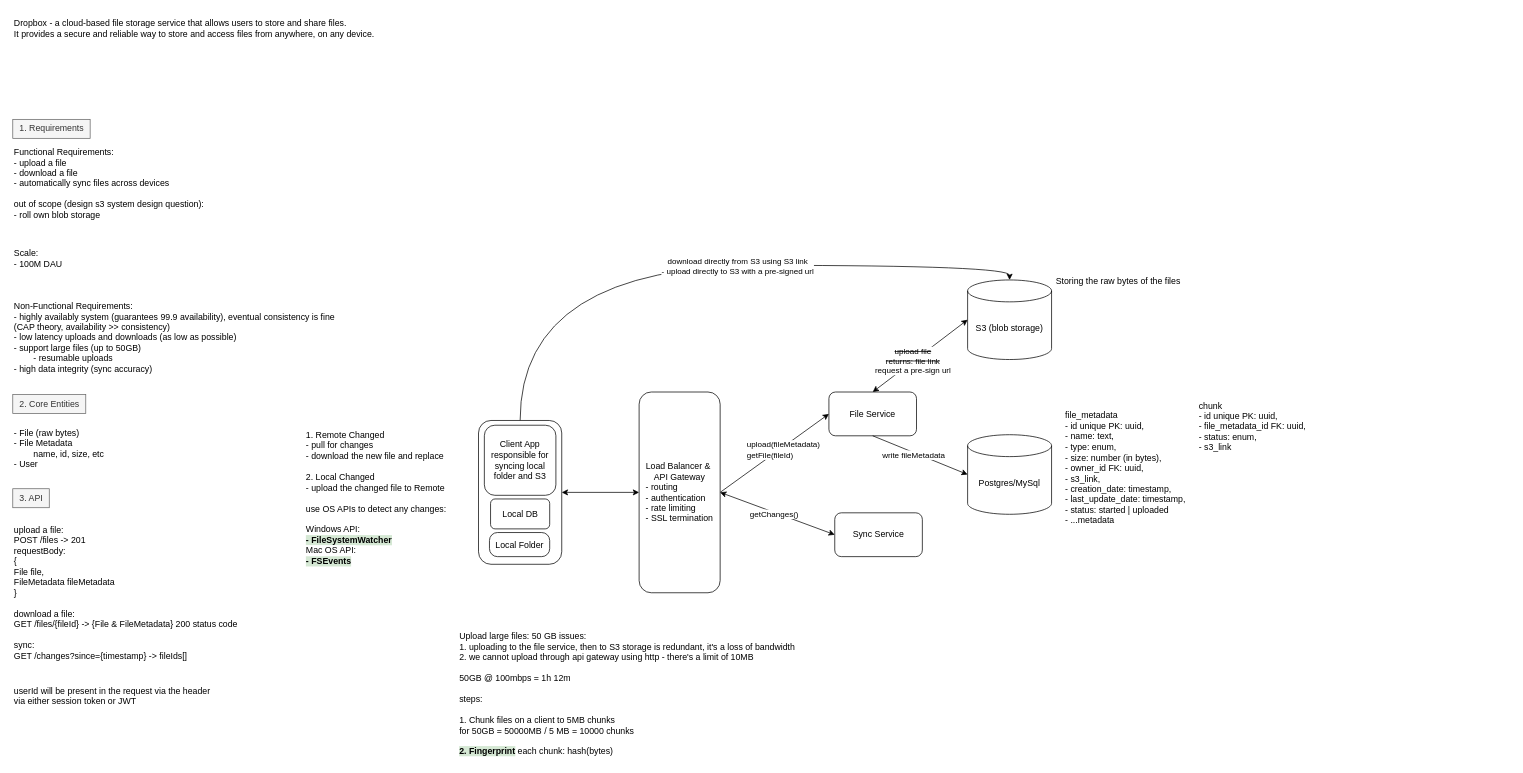
Above: page "dropbox" (3 of 3) of system_design.drawio in lacrimae/system_design_practice (draw.io), before the change. Source tidied: cells renumbered, new cells numbered last; positions are measured from the earlier drawing's top-left corner, leaving out a move shared by most shapes. Both pictures are drawn from the tidied source at 73%, with x=0, y=0 at pixel (12, 12).
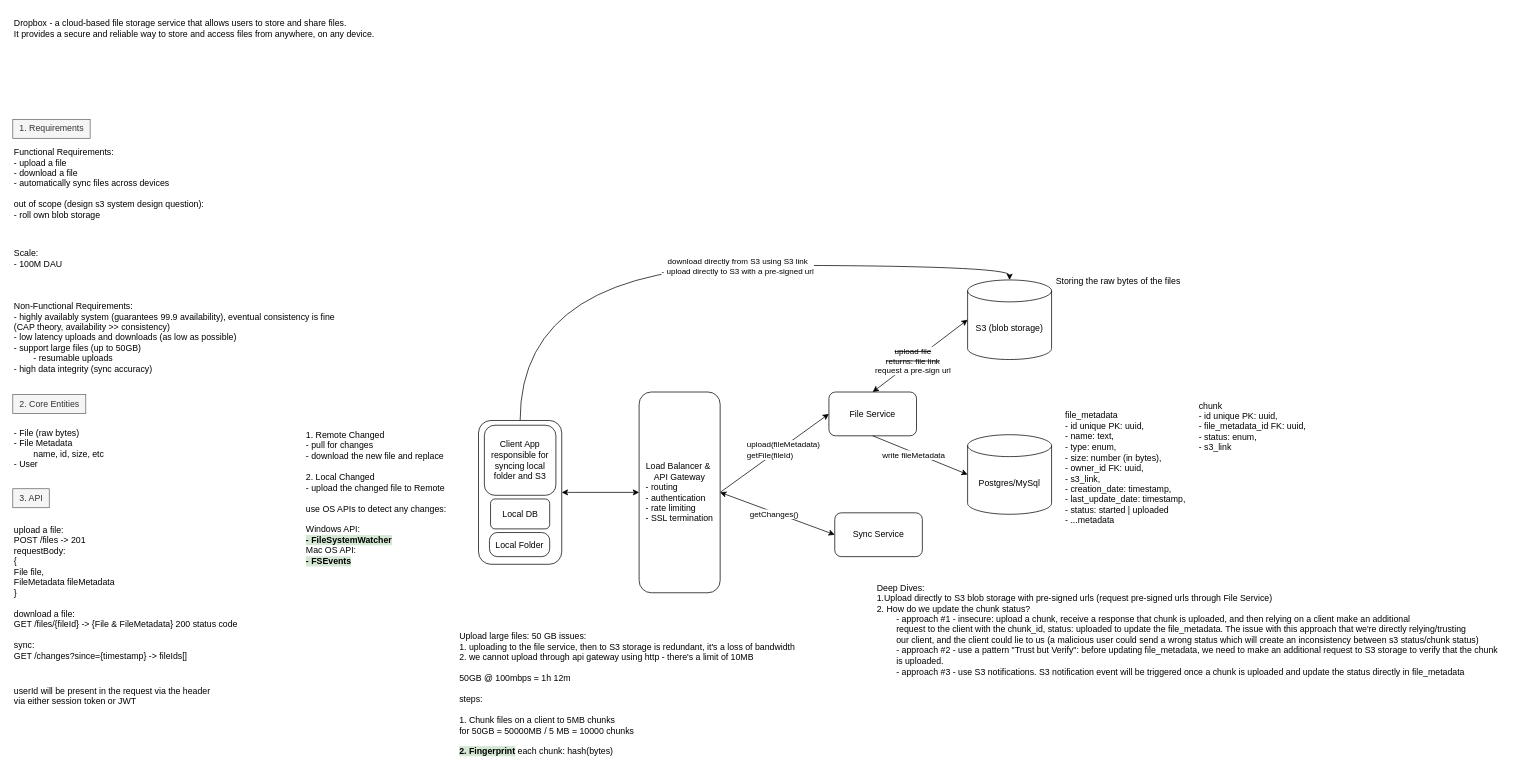
The same diagram, later.

Change to the diagram source:
```diff
@@
+    <mxCell id="37" value="Deep Dives:&lt;div&gt;1.Upload directly to S3 blob storage with pre-signed urls (request pre-signed urls through File Service)&lt;/div&gt;&lt;div&gt;2. How do we update the chunk status?&amp;nbsp;&lt;br&gt;&lt;span style=&quot;white-space: pre;&quot;&gt;&#9;&lt;/span&gt;- approach #1 - insecure: upload a chunk, receive a response that chunk is uploaded, and then relying on a client make an additional&lt;/div&gt;&lt;div&gt;&lt;span style=&quot;white-space: pre;&quot;&gt;&#9;&lt;/span&gt;request to the client with the chunk_id, status: uploaded to update the file_metadata. The issue with this approach that we're directly relying/trusting&lt;br&gt;&lt;/div&gt;&lt;div&gt;&lt;span style=&quot;white-space: pre;&quot;&gt;&#9;&lt;/span&gt;our client, and the client could lie to us (a malicious user could send a wrong status which will create an inconsistency between s3 status/chunk status)&lt;br&gt;&lt;/div&gt;&lt;div&gt;&lt;span style=&quot;white-space: pre;&quot;&gt;&#9;&lt;/span&gt;- approach #2 - use a pattern &quot;Trust but Verify&quot;: before updating file_metadata, we need to make an additional request to S3 storage to verify that the chunk&lt;br&gt;&lt;/div&gt;&lt;div&gt;&lt;span style=&quot;white-space: pre;&quot;&gt;&#9;&lt;/span&gt;is uploaded.&lt;br&gt;&lt;/div&gt;&lt;div&gt;&lt;span style=&quot;white-space: pre;&quot;&gt;&#9;&lt;/span&gt;- approach #3 - use S3 notifications. S3 notification event will be triggered once a chunk is uploaded and update the status directly in file_metadata&lt;br&gt;&lt;/div&gt;" style="text;html=1;align=left;verticalAlign=middle;strokeColor=none;fillColor=none;" parent="1" vertex="1">
+      <mxGeometry x="1182" y="774" width="869" height="142" as="geometry" />
+    </mxCell>
```
